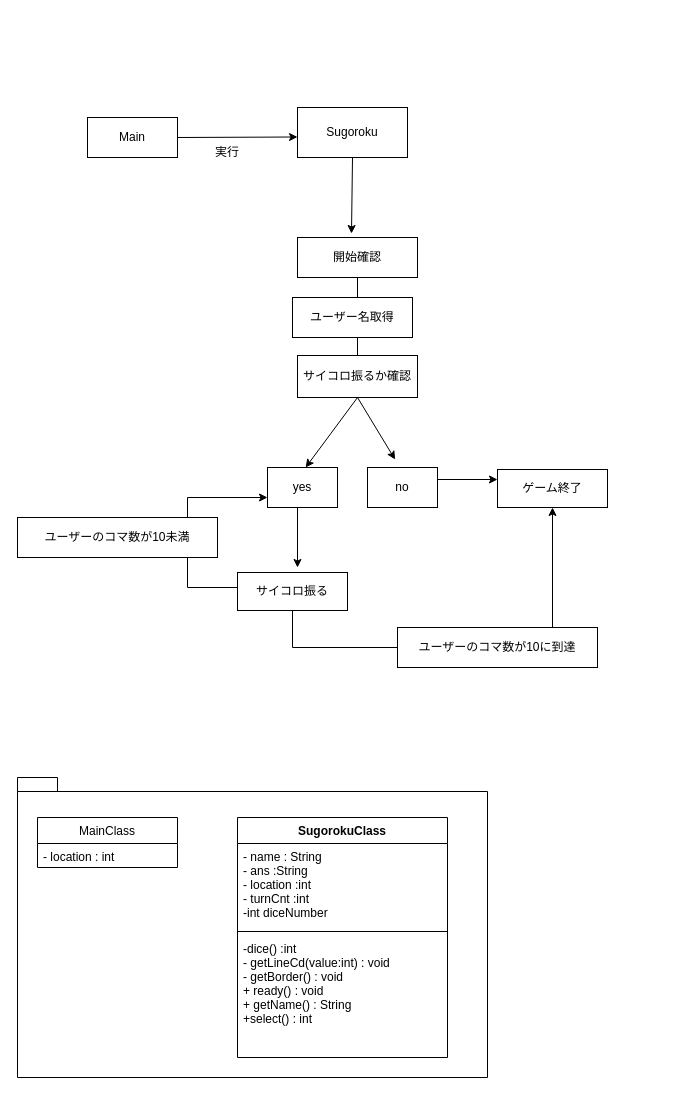
The draw.io diagram 名称未設定ファイル.drawio in kuwahara-aiai/Sugoroku, before the edit. Source tidied: cells renumbered, new cells numbered last; positions are measured from the earlier drawing's top-left corner, leaving out a move shared by most shapes. Both pictures are drawn from the tidied source at 100%, with x=0, y=0 at pixel (17, 107).
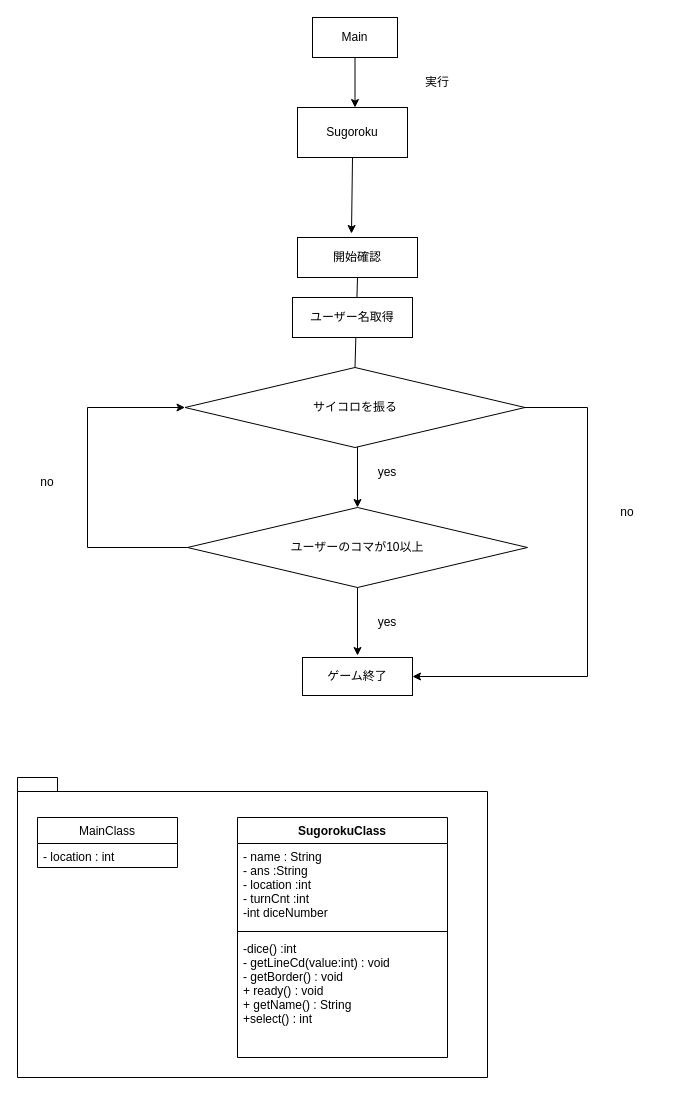
The same diagram, later.

Commit message (it also covers changes not shown here):
名称未設定ファイル.drawio を更新します

Unchanged cells that the change refers to:
```xml
<mxCell id="10" value="Sugoroku" style="rounded=0;whiteSpace=wrap;html=1;" parent="1" vertex="1">
  <mxGeometry x="280" width="110" height="50" as="geometry" />
</mxCell>
<mxCell id="13" value="開始確認" style="rounded=0;whiteSpace=wrap;html=1;" parent="1" vertex="1">
  <mxGeometry x="280" y="130" width="120" height="40" as="geometry" />
</mxCell>
```

What changed in the source:
```diff
@@
+    <mxCell id="30" style="edgeStyle=orthogonalEdgeStyle;rounded=0;jettySize=auto;html=1;" parent="1" edge="1" source="9" target="10">
+      <mxGeometry relative="1" as="geometry">
+        <Array as="points">
+          <mxPoint x="338" y="-10" />
+          <mxPoint x="338" y="-10" />
+        </Array>
+      </mxGeometry>
+    </mxCell>
     <mxCell id="9" value="&lt;div&gt;Main&lt;/div&gt;" style="rounded=0;whiteSpace=wrap;html=1;" parent="1" vertex="1">
-      <mxGeometry x="70" y="10" width="90" height="40" as="geometry" />
+      <mxGeometry x="295" y="-90" width="85" height="40" as="geometry" />
     </mxCell>
@@
-    <mxCell id="11" style="endArrow=classic;html=1;rounded=0;exitX=1;exitY=0.5;exitDx=0;exitDy=0;" parent="1" edge="1" source="9">
-      <mxGeometry relative="1" as="geometry">
-        <mxPoint x="280" y="29.5" as="targetPoint" />
-      </mxGeometry>
-    </mxCell>
     <mxCell id="12" value="実行" style="text;html=1;strokeColor=none;fillColor=none;align=center;verticalAlign=middle;whiteSpace=wrap;rounded=0;" parent="1" vertex="1">
-      <mxGeometry x="180" y="30" width="60" height="30" as="geometry" />
+      <mxGeometry x="390" y="-40" width="60" height="30" as="geometry" />
     </mxCell>
@@
-    <mxCell id="14" value="サイコロ振るか確認" style="rounded=0;whiteSpace=wrap;html=1;" parent="1" vertex="1">
-      <mxGeometry x="280" y="248" width="120" height="42" as="geometry" />
-    </mxCell>
-    <mxCell id="15" value="yes" style="rounded=0;whiteSpace=wrap;html=1;" parent="1" vertex="1">
-      <mxGeometry x="250" y="360" width="70" height="40" as="geometry" />
-    </mxCell>
-    <mxCell id="16" value="no" style="rounded=0;whiteSpace=wrap;html=1;" parent="1" vertex="1">
-      <mxGeometry x="350" y="360" width="70" height="40" as="geometry" />
-    </mxCell>
+    <mxCell id="31" style="edgeStyle=orthogonalEdgeStyle;rounded=0;jettySize=auto;html=1;entryX=1;entryY=0.5;entryDx=0;entryDy=0;" parent="1" edge="1" source="35" target="23">
+      <mxGeometry relative="1" as="geometry">
+        <Array as="points">
+          <mxPoint x="570" y="300" />
+          <mxPoint x="570" y="569" />
+        </Array>
+      </mxGeometry>
+    </mxCell>
-    <mxCell id="17" style="endArrow=classic;html=1;rounded=0;exitX=0.5;exitY=1;exitDx=0;exitDy=0;entryX=0.545;entryY=0;entryDx=0;entryDy=0;entryPerimeter=0;" parent="1" edge="1" source="14" target="15">
-      <mxGeometry relative="1" as="geometry" />
+    <mxCell id="17" style="endArrow=classic;html=1;rounded=0;exitX=0.5;exitY=1;exitDx=0;exitDy=0;entryX=0.5;entryY=0;entryDx=0;entryDy=0;" parent="1" edge="1" target="34">
+      <mxGeometry relative="1" as="geometry">
+        <mxPoint x="340" y="290" as="sourcePoint" />
+      </mxGeometry>
     </mxCell>
-    <mxCell id="18" style="endArrow=classic;html=1;rounded=0;exitX=0.5;exitY=1;exitDx=0;exitDy=0;entryX=0.394;entryY=-0.2;entryDx=0;entryDy=0;entryPerimeter=0;" parent="1" edge="1" source="14" target="16">
-      <mxGeometry relative="1" as="geometry" />
-    </mxCell>
-    <mxCell id="19" style="endArrow=none;html=1;rounded=0;exitX=0.5;exitY=0;exitDx=0;exitDy=0;entryX=0.5;entryY=1;entryDx=0;entryDy=0;entryPerimeter=0;" parent="1" edge="1" source="14" target="13">
+    <mxCell id="19" style="endArrow=none;html=1;rounded=0;exitX=0.5;exitY=0;exitDx=0;exitDy=0;entryX=0.5;entryY=1;entryDx=0;entryDy=0;entryPerimeter=0;" parent="1" edge="1" source="35" target="13">
       <mxGeometry relative="1" as="geometry" />
     </mxCell>
@@
-    <mxCell id="21" value="サイコロ振る" style="rounded=0;whiteSpace=wrap;html=1;" parent="1" vertex="1">
-      <mxGeometry x="220" y="465" width="110" height="38" as="geometry" />
-    </mxCell>
-    <mxCell id="22" style="endArrow=classic;html=1;rounded=0;exitX=0.5;exitY=1;exitDx=0;exitDy=0;" parent="1" edge="1">
-      <mxGeometry relative="1" as="geometry">
-        <mxPoint x="280" y="400" as="sourcePoint" />
-        <mxPoint x="280" y="460" as="targetPoint" />
-      </mxGeometry>
-    </mxCell>
+    <mxCell id="32" style="edgeStyle=orthogonalEdgeStyle;rounded=0;orthogonalLoop=1;jettySize=auto;html=1;exitX=0.5;exitY=1;exitDx=0;exitDy=0;entryX=0.6;entryY=-0.05;entryDx=0;entryDy=0;entryPerimeter=0;" parent="1" edge="1">
+      <mxGeometry relative="1" as="geometry">
+        <mxPoint x="340" y="460" as="sourcePoint" />
+        <mxPoint x="340" y="548" as="targetPoint" />
+      </mxGeometry>
+    </mxCell>
     <mxCell id="23" value="ゲーム終了" style="rounded=0;whiteSpace=wrap;html=1;" parent="1" vertex="1">
-      <mxGeometry x="480" y="362" width="110" height="38" as="geometry" />
+      <mxGeometry x="285" y="550" width="110" height="38" as="geometry" />
     </mxCell>
-    <mxCell id="24" style="endArrow=classic;html=1;rounded=0;" parent="1" edge="1">
-      <mxGeometry relative="1" as="geometry">
-        <mxPoint x="420" y="372" as="sourcePoint" />
-        <mxPoint x="480" y="372" as="targetPoint" />
-      </mxGeometry>
-    </mxCell>
-    <mxCell id="25" style="endArrow=classic;html=1;rounded=0;entryX=0;entryY=0.75;entryDx=0;entryDy=0;" parent="1" edge="1" target="15">
-      <mxGeometry relative="1" as="geometry">
-        <mxPoint x="220" y="480" as="sourcePoint" />
-        <Array as="points">
-          <mxPoint x="170" y="480" />
-          <mxPoint x="170" y="390" />
-        </Array>
-      </mxGeometry>
-    </mxCell>
-    <mxCell id="26" style="endArrow=classic;html=1;rounded=0;exitX=0.5;exitY=1;exitDx=0;exitDy=0;entryX=0.5;entryY=1;entryDx=0;entryDy=0;startArrow=none;" parent="1" edge="1" source="21" target="23">
-      <mxGeometry relative="1" as="geometry">
-        <Array as="points">
-          <mxPoint x="275" y="540" />
-          <mxPoint x="535" y="540" />
-        </Array>
-      </mxGeometry>
-    </mxCell>
-    <mxCell id="27" value="ユーザーのコマ数が10に到達" style="rounded=0;whiteSpace=wrap;html=1;" parent="1" vertex="1">
-      <mxGeometry x="380" y="520" width="200" height="40" as="geometry" />
-    </mxCell>
@@
-    <mxCell id="29" value="ユーザーのコマ数が10未満" style="rounded=0;whiteSpace=wrap;html=1;" parent="1" vertex="1">
-      <mxGeometry y="410" width="200" height="40" as="geometry" />
-    </mxCell>
+    <mxCell id="33" style="edgeStyle=orthogonalEdgeStyle;rounded=0;jettySize=auto;html=1;exitX=0;exitY=0.5;exitDx=0;exitDy=0;entryX=0;entryY=0.5;entryDx=0;entryDy=0;" parent="1" edge="1" source="34" target="35">
+      <mxGeometry relative="1" as="geometry">
+        <Array as="points">
+          <mxPoint x="70" y="440" />
+          <mxPoint x="70" y="300" />
+        </Array>
+      </mxGeometry>
+    </mxCell>
+    <mxCell id="34" value="ユーザーのコマが10以上" style="rhombus;whiteSpace=wrap;html=1;rounded=0;" parent="1" vertex="1">
+      <mxGeometry x="170" y="400" width="340" height="80" as="geometry" />
+    </mxCell>
+    <mxCell id="35" value="サイコロを振る" style="rhombus;whiteSpace=wrap;html=1;rounded=0;" parent="1" vertex="1">
+      <mxGeometry x="167.5" y="260" width="340" height="80" as="geometry" />
+    </mxCell>
+    <mxCell id="36" value="yes" style="text;html=1;strokeColor=none;fillColor=none;align=center;verticalAlign=middle;whiteSpace=wrap;rounded=0;" parent="1" vertex="1">
+      <mxGeometry x="340" y="350" width="60" height="30" as="geometry" />
+    </mxCell>
+    <mxCell id="37" value="yes" style="text;html=1;strokeColor=none;fillColor=none;align=center;verticalAlign=middle;whiteSpace=wrap;rounded=0;" parent="1" vertex="1">
+      <mxGeometry x="340" y="500" width="60" height="30" as="geometry" />
+    </mxCell>
+    <mxCell id="38" value="no" style="text;html=1;strokeColor=none;fillColor=none;align=center;verticalAlign=middle;whiteSpace=wrap;rounded=0;" parent="1" vertex="1">
+      <mxGeometry y="360" width="60" height="30" as="geometry" />
+    </mxCell>
+    <mxCell id="39" value="no" style="text;html=1;strokeColor=none;fillColor=none;align=center;verticalAlign=middle;whiteSpace=wrap;rounded=0;" parent="1" vertex="1">
+      <mxGeometry x="580" y="390" width="60" height="30" as="geometry" />
+    </mxCell>
```
